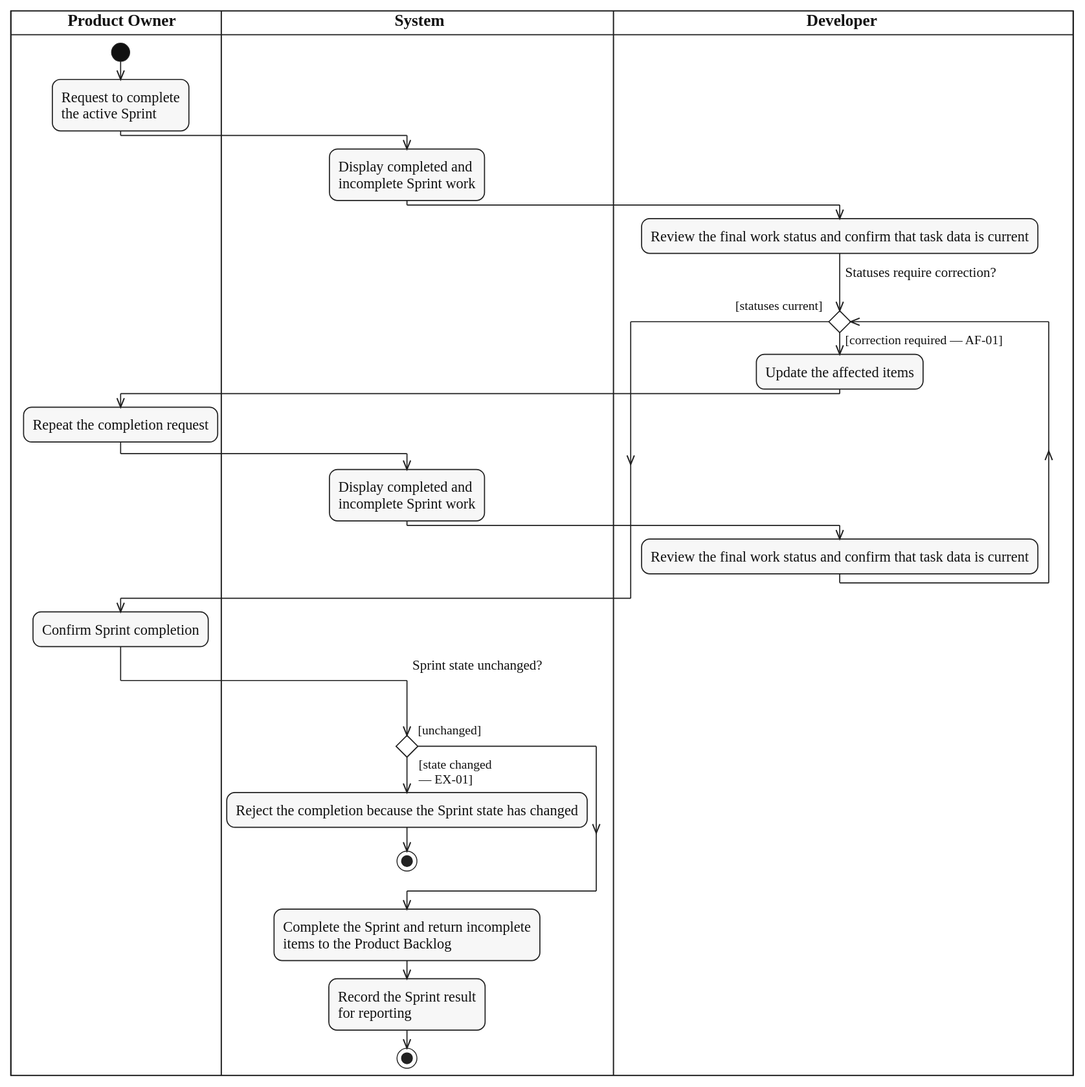
lukenab/swd392-doc-automation keeps this PlantUML diagram as diagrams/activity/sprint-management/svg/UC-SPRINT-COMPLETE.svg. Above is the earlier version. Its source is kept beside it as diagrams/activity/sprint-management/source/UC-SPRINT-COMPLETE.puml.
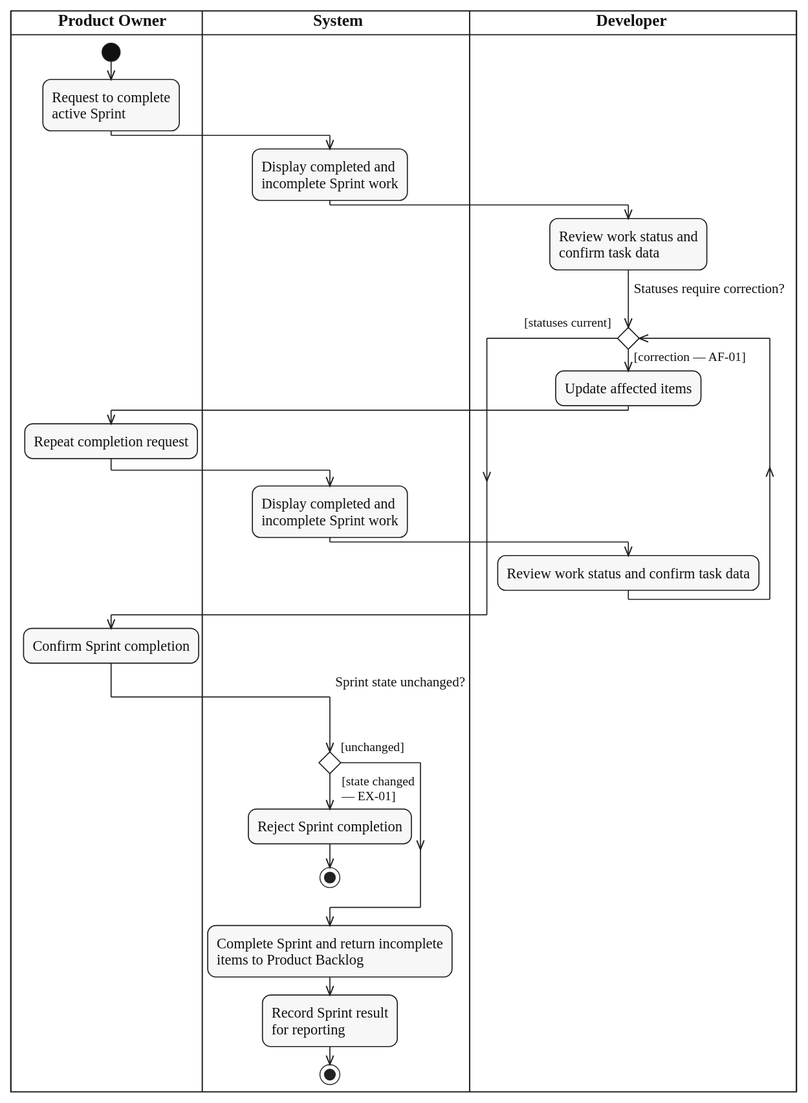
The same diagram one commit later.

Commit message:
docs(activity): shorten labels in sprint-management diagrams

Change to the diagram source:
```diff
@@ -8,33 +8,34 @@
 |PRO|
 start
 :Request to complete
-the active Sprint;
+active Sprint;
 |SYS|
 :Display completed and
 incomplete Sprint work;
 |DEV|
-:Review the final work status and confirm that task data is current;
-while ($question("Statuses require correction?")) is ($guard_left("[correction required — AF-01]"))
-  :Update the affected items;
+:Review work status and
+confirm task data;
+while ($question("Statuses require correction?")) is ($guard_left("[correction — AF-01]"))
+  :Update affected items;
   |PRO|
-  :Repeat the completion request;
+  :Repeat completion request;
   |SYS|
   :Display completed and
   incomplete Sprint work;
   |DEV|
-  :Review the final work status and confirm that task data is current;
+  :Review work status and confirm task data;
 endwhile ($guard("[statuses current]"))
 |PRO|
 :Confirm Sprint completion;
 |SYS|
 if ($question_x("Sprint state unchanged?")) then ($guard_left("[unchanged]"))
 else ($guard_right("[state changed", "— EX-01]"))
-  :Reject the completion because the Sprint state has changed;
+  :Reject Sprint completion;
   stop
 endif
-:Complete the Sprint and return incomplete
-items to the Product Backlog;
-:Record the Sprint result
+:Complete Sprint and return incomplete
+items to Product Backlog;
+:Record Sprint result
 for reporting;
 stop
 @enduml
```
